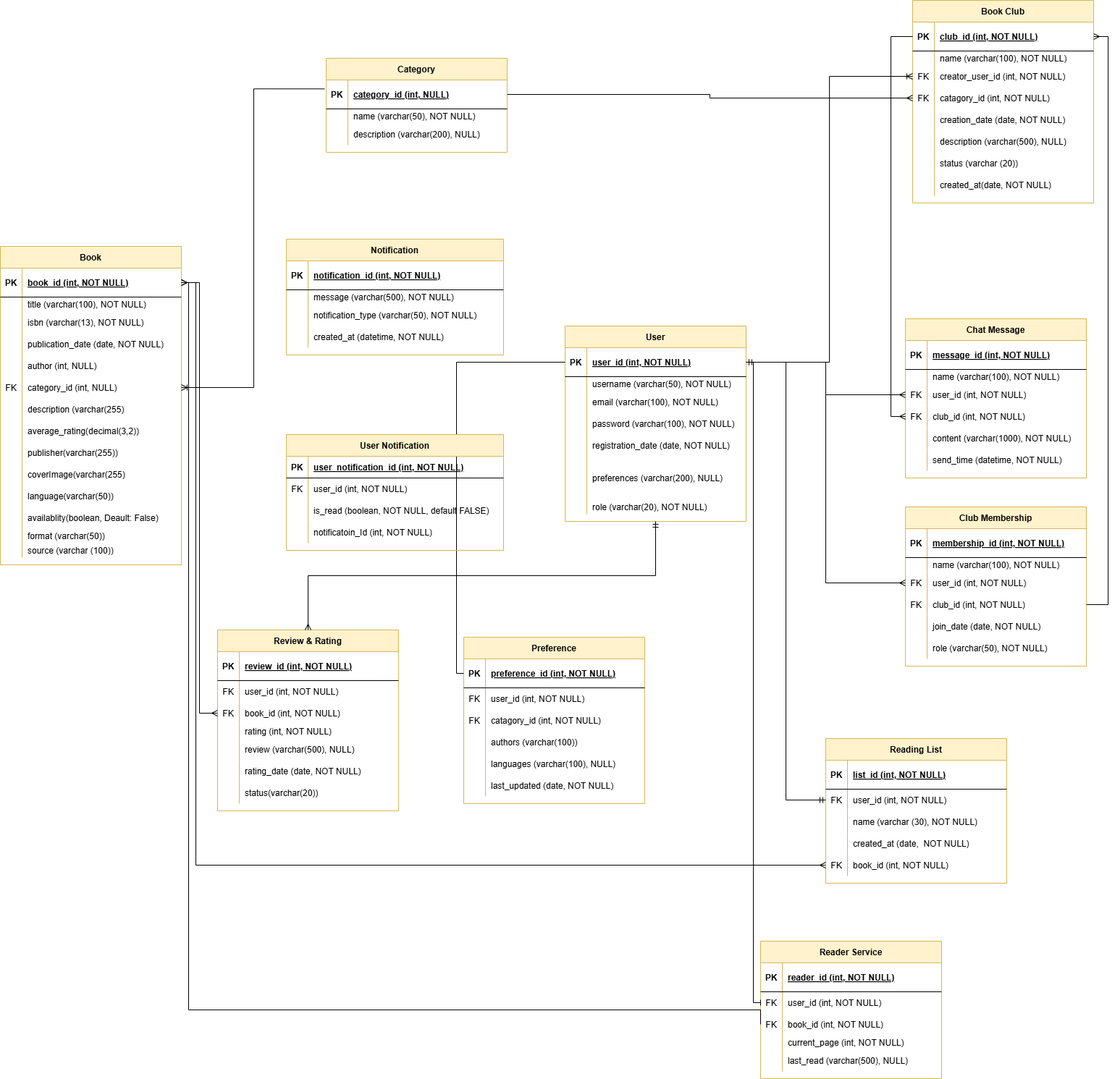
Kkgenkai/Draw.io keeps this draw.io diagram as New folder/Untitled Diagram.drawio.png. Above is the earlier version. Source tidied: cells renumbered, new cells last; positions are measured from the earlier drawing's top-left corner, leaving out a move shared by most shapes.
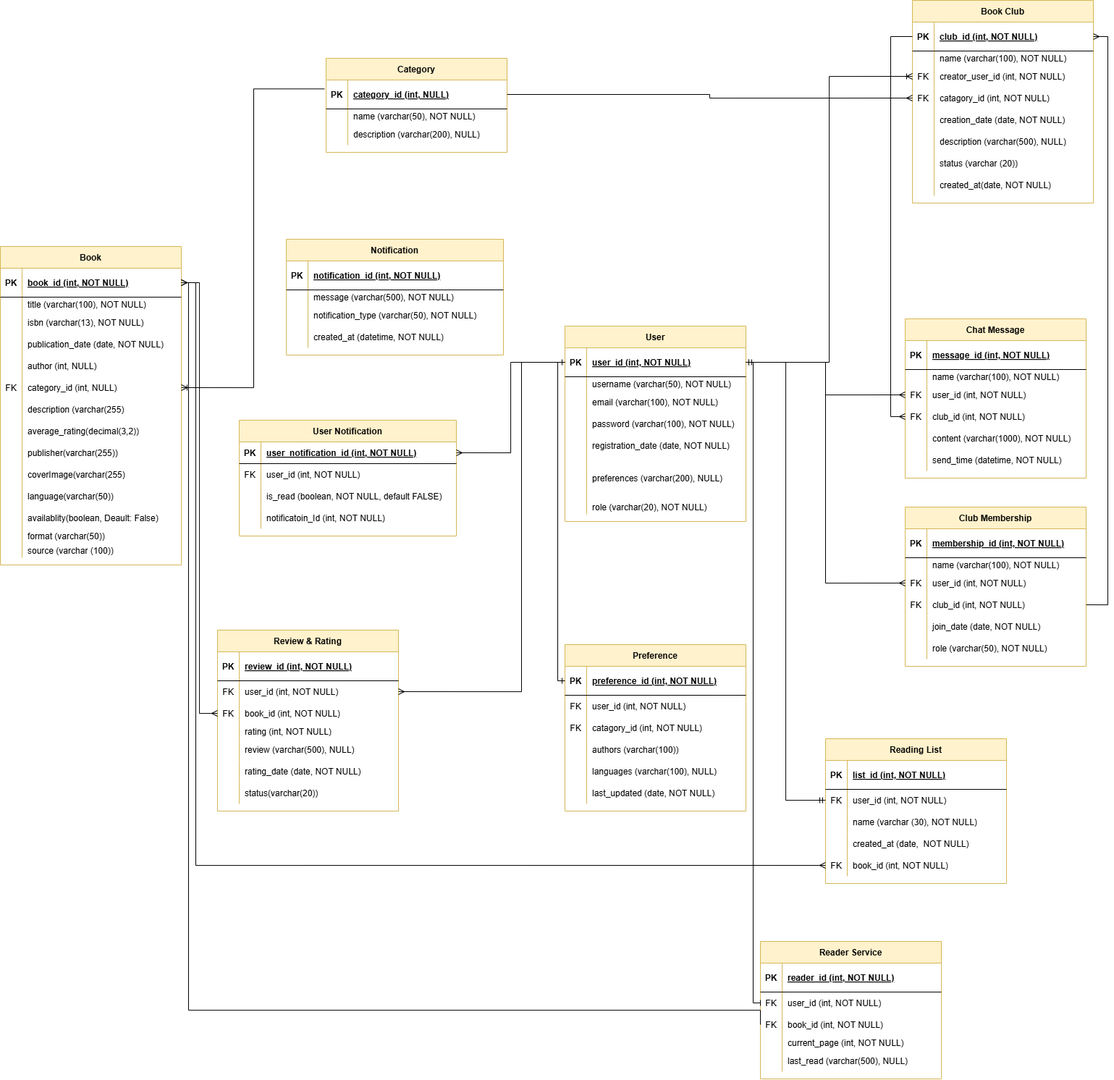
The same file after the commit.

What changed in the source:
```diff
@@ -293,8 +293,13 @@
     <mxCell id="98" value="status(varchar(20))" style="shape=partialRectangle;overflow=hidden;fillColor=none;top=0;left=0;bottom=0;right=0;align=left;spacingLeft=6;" parent="96" vertex="1">
       <mxGeometry x="30" width="220" height="30" as="geometry" />
     </mxCell>
-    <mxCell id="99" style="fontSize=12;html=1;endArrow=ERmany;startArrow=ERmandOne;rounded=0;exitX=0.5;exitY=1;exitDx=0;exitDy=0;entryX=0.5;entryY=0;entryDx=0;entryDy=0;endFill=0;edgeStyle=orthogonalEdgeStyle;" parent="1" edge="1" source="2" target="77">
-      <mxGeometry relative="1" as="geometry" />
+    <mxCell id="99" style="fontSize=12;html=1;endArrow=ERmany;startArrow=none;rounded=0;exitX=0;exitY=0.5;exitDx=0;exitDy=0;entryX=1;entryY=0.5;entryDx=0;entryDy=0;endFill=0;edgeStyle=orthogonalEdgeStyle;startFill=0;" parent="1" edge="1" source="3" target="81">
+      <mxGeometry relative="1" as="geometry">
+        <Array as="points">
+          <mxPoint x="720" y="500" />
+          <mxPoint x="720" y="955" />
+        </Array>
+      </mxGeometry>
     </mxCell>
     <mxCell id="100" style="edgeStyle=orthogonalEdgeStyle;fontSize=12;html=1;endArrow=none;startArrow=ERmany;rounded=0;entryX=1;entryY=0.5;entryDx=0;entryDy=0;exitX=0;exitY=0.5;exitDx=0;exitDy=0;endFill=0;startFill=0;" parent="1" edge="1" source="84" target="25">
       <mxGeometry relative="1" as="geometry" />
@@ -597,7 +602,7 @@
       <mxGeometry x="30" width="220" height="30" as="geometry" />
     </mxCell>
     <mxCell id="200" value="Preference" style="shape=table;startSize=30;rowLines=0;fontStyle=1;align=center;fillColor=#fff2cc;strokeColor=#d6b656;" parent="1" vertex="1">
-      <mxGeometry x="640" y="880" width="250" height="230" as="geometry" />
+      <mxGeometry x="780" y="890" width="250" height="230" as="geometry" />
     </mxCell>
     <mxCell id="201" style="shape=partialRectangle;fillColor=none;points=[[0,0.5],[1,0.5]];portConstraint=eastwest;top=0;left=0;right=0;bottom=1;" parent="200" vertex="1">
       <mxGeometry y="30" width="250" height="40" as="geometry" />
@@ -656,7 +661,7 @@
     <mxCell id="219" style="edgeStyle=orthogonalEdgeStyle;fontSize=12;html=1;endArrow=ERmandOne;rounded=0;exitX=1;exitY=0.5;exitDx=0;exitDy=0;entryX=0;entryY=0.5;entryDx=0;entryDy=0;endFill=0;startArrow=ERmandOne;startFill=0;" parent="1" edge="1" source="3" target="188">
       <mxGeometry relative="1" as="geometry" />
     </mxCell>
-    <mxCell id="220" style="edgeStyle=orthogonalEdgeStyle;fontSize=12;html=1;endArrow=none;rounded=0;exitX=0;exitY=0.5;exitDx=0;exitDy=0;entryX=0;entryY=0.5;entryDx=0;entryDy=0;startFill=0;" parent="1" edge="1" source="3" target="201">
+    <mxCell id="220" style="edgeStyle=orthogonalEdgeStyle;fontSize=12;html=1;endArrow=ERone;rounded=0;exitX=0;exitY=0.5;exitDx=0;exitDy=0;entryX=0;entryY=0.5;entryDx=0;entryDy=0;startFill=0;startArrow=ERone;endFill=0;" parent="1" edge="1" source="3" target="201">
       <mxGeometry relative="1" as="geometry" />
     </mxCell>
     <mxCell id="221" style="fontSize=12;html=1;endArrow=ERmany;rounded=0;exitX=1;exitY=0.5;exitDx=0;exitDy=0;entryX=0;entryY=0.5;entryDx=0;entryDy=0;startArrow=ERmany;startFill=0;edgeStyle=orthogonalEdgeStyle;" parent="1" edge="1" source="25" target="197">
@@ -668,7 +673,7 @@
       </mxGeometry>
     </mxCell>
     <mxCell id="222" value="User Notification" style="shape=table;startSize=30;rowLines=0;fontStyle=1;align=center;fillColor=#fff2cc;strokeColor=#d6b656;" parent="1" vertex="1">
-      <mxGeometry x="395" y="600" width="300" height="160" as="geometry" />
+      <mxGeometry x="330" y="580" width="300" height="160" as="geometry" />
     </mxCell>
     <mxCell id="223" style="shape=partialRectangle;fillColor=none;points=[[0,0.5],[1,0.5]];portConstraint=eastwest;top=0;left=0;right=0;bottom=1;" parent="222" vertex="1">
       <mxGeometry y="30" width="300" height="30" as="geometry" />
@@ -765,5 +770,8 @@
     <mxCell id="252" style="fontSize=12;html=1;endArrow=ERone;rounded=0;exitX=0;exitY=0.5;exitDx=0;exitDy=0;entryX=1;entryY=0.5;entryDx=0;entryDy=0;edgeStyle=orthogonalEdgeStyle;endFill=0;startArrow=baseDash;startFill=0;" parent="1" edge="1" source="239" target="3">
       <mxGeometry relative="1" as="geometry" />
     </mxCell>
+    <mxCell id="253" style="edgeStyle=orthogonalEdgeStyle;fontSize=12;html=1;endArrow=ERmany;endFill=0;rounded=0;exitX=0;exitY=0.5;exitDx=0;exitDy=0;entryX=1;entryY=0.5;entryDx=0;entryDy=0;" parent="1" edge="1" source="3" target="223">
+      <mxGeometry relative="1" as="geometry" />
+    </mxCell>
   </root>
 </mxGraphModel>
```
